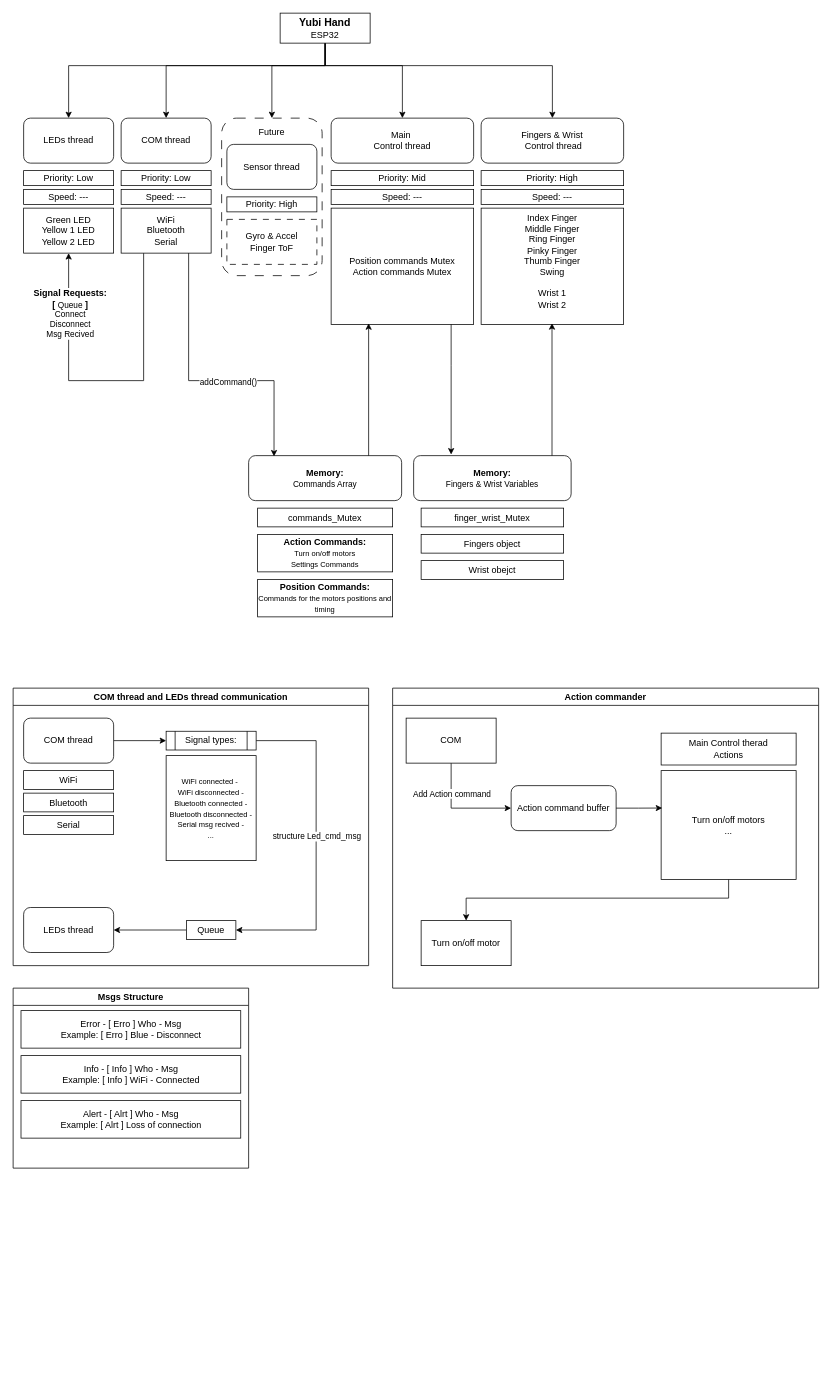
BranislavKapusta/Yubi_Hand keeps this draw.io diagram as RTOS_Design.drawio. Above is the earlier version. Source tidied: cells renumbered, new cells numbered last; positions are measured from the earlier drawing's top-left corner, leaving out a move shared by most shapes. Both pictures are drawn from the tidied source at 75%, with x=0, y=0 at pixel (13, 13).
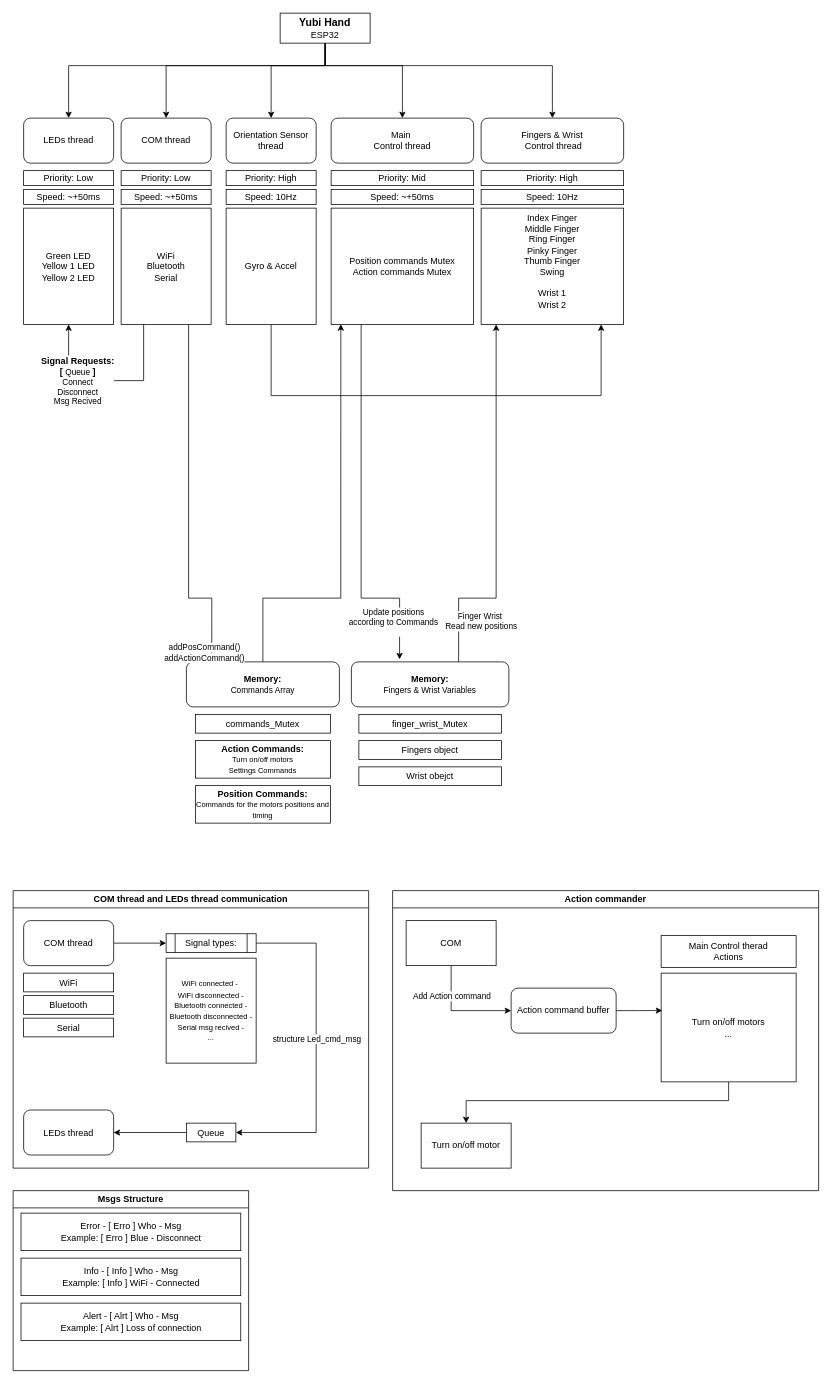
The same diagram, later.

The change refers to these unchanged cells:
```xml
<mxCell id="7" value="&lt;b&gt;&lt;font style=&quot;font-size: 14px; color: light-dark(rgb(0, 0, 0), rgb(255, 0, 0));&quot;&gt;Yubi Hand&lt;/font&gt;&lt;/b&gt;&lt;div&gt;ESP32&lt;/div&gt;" style="rounded=0;whiteSpace=wrap;html=1;" parent="1" vertex="1">
  <mxGeometry x="356" width="120" height="40" as="geometry" />
</mxCell>
<mxCell id="16" style="edgeStyle=orthogonalEdgeStyle;rounded=0;jettySize=auto;html=1;entryX=0.5;entryY=1;entryDx=0;entryDy=0;defaultLabelBackgroundColor=page;" parent="1" edge="1" source="18" target="19">
  <mxGeometry x="0.13" relative="1" as="geometry">
    <Array as="points">
      <mxPoint x="174" y="490" />
      <mxPoint x="74" y="490" />
    </Array>
  </mxGeometry>
</mxCell>
<mxCell id="24" value="Index Finger&lt;div&gt;Middle Finger&lt;/div&gt;&lt;div&gt;Ring Finger&lt;/div&gt;&lt;div&gt;Pinky Finger&lt;/div&gt;&lt;div&gt;Thumb Finger&lt;/div&gt;&lt;div&gt;Swing&lt;/div&gt;&lt;div&gt;&lt;br&gt;&lt;/div&gt;&lt;div&gt;Wrist 1&lt;/div&gt;&lt;div&gt;Wrist 2&lt;br&gt;&lt;div&gt;&lt;br&gt;&lt;/div&gt;&lt;/div&gt;" style="whiteSpace=wrap;html=1;" parent="1" vertex="1">
  <mxGeometry x="624" y="260" width="190" height="155" as="geometry" />
</mxCell>
<mxCell id="27" value="Position commands Mutex&lt;div&gt;Action commands Mutex&lt;/div&gt;" style="whiteSpace=wrap;html=1;" parent="1" vertex="1">
  <mxGeometry x="424" y="260" width="190" height="155" as="geometry" />
</mxCell>
```

Diff of the diagram source:
```diff
@@
-    <mxCell id="4" style="edgeStyle=orthogonalEdgeStyle;rounded=0;jettySize=auto;html=1;entryX=0.5;entryY=0;entryDx=0;entryDy=0;defaultLabelBackgroundColor=page;" parent="1" edge="1" source="7" target="20">
-      <mxGeometry relative="1" as="geometry">
-        <Array as="points">
-          <mxPoint x="416" y="70" />
-          <mxPoint x="345" y="70" />
-        </Array>
-      </mxGeometry>
-    </mxCell>
@@
+    <mxCell id="70" style="edgeStyle=orthogonalEdgeStyle;rounded=0;jettySize=auto;html=1;defaultLabelBackgroundColor=page;" parent="1" edge="1" source="7" target="21">
+      <mxGeometry relative="1" as="geometry">
+        <Array as="points">
+          <mxPoint x="416" y="70" />
+          <mxPoint x="344" y="70" />
+        </Array>
+      </mxGeometry>
+    </mxCell>
@@
     <mxCell id="17" value="&lt;b&gt;&lt;font style=&quot;font-size: 12px;&quot;&gt;Signal Requests:&lt;/font&gt;&lt;/b&gt;&lt;div&gt;&lt;span style=&quot;font-size: 12px;&quot;&gt;&lt;b&gt;[&amp;nbsp;&lt;/b&gt;&lt;/span&gt;&lt;span style=&quot;background-color: transparent; color: light-dark(#000000, var(--ge-light-color, #ffffff));&quot;&gt;Queue&lt;/span&gt;&lt;b style=&quot;font-size: 12px; background-color: transparent; color: light-dark(#000000, var(--ge-light-color, #ffffff));&quot;&gt;&amp;nbsp;]&lt;/b&gt;&lt;/div&gt;&lt;div&gt;&lt;div&gt;Connect&lt;/div&gt;&lt;div&gt;Disconnect&lt;/div&gt;&lt;div&gt;Msg Recived&lt;/div&gt;&lt;/div&gt;" style="edgeLabel;html=1;align=center;verticalAlign=middle;inheritText=1;defaultLabelBackgroundColor=page;" parent="16" vertex="1">
       <mxGeometry x="-0.04" y="-2" relative="1" as="geometry">
-        <mxPoint x="-58" y="-88" as="offset" />
+        <mxPoint x="-44" y="2" as="offset" />
       </mxGeometry>
     </mxCell>
     <mxCell id="18" value="WiFi&lt;div&gt;Bluetooth&lt;/div&gt;&lt;div&gt;Serial&lt;/div&gt;" style="rounded=0;whiteSpace=wrap;html=1;" parent="1" vertex="1">
-      <mxGeometry x="144" y="260" width="120" height="60" as="geometry" />
+      <mxGeometry x="144" y="260" width="120" height="155" as="geometry" />
     </mxCell>
     <mxCell id="19" value="Green LED&lt;div&gt;Yellow 1 LED&lt;/div&gt;&lt;div&gt;Yellow 2 LED&lt;/div&gt;" style="rounded=0;whiteSpace=wrap;html=1;" parent="1" vertex="1">
-      <mxGeometry x="14" y="260" width="120" height="60" as="geometry" />
+      <mxGeometry x="14" y="260" width="120" height="155" as="geometry" />
     </mxCell>
-    <mxCell id="20" value="Future&lt;div&gt;&lt;br&gt;&lt;/div&gt;&lt;div&gt;&lt;br&gt;&lt;/div&gt;&lt;div&gt;&lt;br&gt;&lt;/div&gt;&lt;div&gt;&lt;br&gt;&lt;/div&gt;&lt;div&gt;&lt;br&gt;&lt;/div&gt;&lt;div&gt;&lt;br&gt;&lt;/div&gt;&lt;div&gt;&lt;br&gt;&lt;/div&gt;&lt;div&gt;&lt;br&gt;&lt;/div&gt;&lt;div&gt;&lt;br&gt;&lt;/div&gt;&lt;div&gt;&lt;br&gt;&lt;/div&gt;&lt;div&gt;&lt;br&gt;&lt;/div&gt;&lt;div&gt;&lt;br&gt;&lt;/div&gt;" style="rounded=1;whiteSpace=wrap;html=1;roundedPerimeter=1;dashed=1;dashPattern=12 12;fillColor=light-dark(#FFFFFF,#003333);" parent="1" vertex="1">
-      <mxGeometry x="278" y="140" width="134" height="210" as="geometry" />
-    </mxCell>
-    <mxCell id="21" value="Sensor thread" style="rounded=1;whiteSpace=wrap;html=1;" parent="1" vertex="1">
-      <mxGeometry x="285" y="175" width="120" height="60" as="geometry" />
+    <mxCell id="21" value="Orientation Sensor thread" style="rounded=1;whiteSpace=wrap;html=1;" parent="1" vertex="1">
+      <mxGeometry x="284" y="140" width="120" height="60" as="geometry" />
     </mxCell>
     <mxCell id="22" value="Priority: High" style="rounded=0;whiteSpace=wrap;html=1;fillColor=light-dark(#FFFFFF,#660000);" parent="1" vertex="1">
-      <mxGeometry x="285" y="245" width="120" height="20" as="geometry" />
+      <mxGeometry x="284" y="210" width="120" height="20" as="geometry" />
     </mxCell>
-    <mxCell id="23" value="Gyro &amp;amp; Accel&lt;div&gt;Finger ToF&lt;/div&gt;" style="whiteSpace=wrap;html=1;dashed=1;dashPattern=8 8;" parent="1" vertex="1">
-      <mxGeometry x="285" y="275" width="120" height="60" as="geometry" />
-    </mxCell>
@@
     <mxCell id="25" value="&lt;b style=&quot;color: light-dark(rgb(0, 0, 0), rgb(178, 102, 255));&quot;&gt;Memory:&lt;/b&gt;&lt;div&gt;&lt;font style=&quot;font-size: 11px;&quot;&gt;Commands Array&lt;/font&gt;&lt;/div&gt;" style="rounded=1;whiteSpace=wrap;html=1;" parent="1" vertex="1">
-      <mxGeometry x="314" y="590" width="204" height="60" as="geometry" />
+      <mxGeometry x="231" y="865" width="204" height="60" as="geometry" />
     </mxCell>
+    <mxCell id="71" style="edgeStyle=orthogonalEdgeStyle;rounded=0;jettySize=auto;html=1;defaultLabelBackgroundColor=page;" parent="1" edge="1" source="26" target="24">
+      <mxGeometry x="0.08" relative="1" as="geometry">
+        <Array as="points">
+          <mxPoint x="594" y="780" />
+          <mxPoint x="644" y="780" />
+        </Array>
+      </mxGeometry>
+    </mxCell>
+    <mxCell id="72" value="Finger Wrist&amp;nbsp;&lt;div&gt;Read new positions&lt;/div&gt;" style="edgeLabel;html=1;align=center;verticalAlign=middle;inheritText=1;defaultLabelBackgroundColor=page;" parent="71" vertex="1">
+      <mxGeometry x="-0.54" y="-4" relative="1" as="geometry">
+        <mxPoint x="-1" y="26" as="offset" />
+      </mxGeometry>
+    </mxCell>
     <mxCell id="26" value="&lt;b style=&quot;color: light-dark(rgb(0, 0, 0), rgb(178, 102, 255));&quot;&gt;Memory:&lt;/b&gt;&lt;div&gt;&lt;font style=&quot;font-size: 11px;&quot;&gt;Fingers &amp;amp; Wrist Variables&lt;/font&gt;&lt;/div&gt;" style="rounded=1;whiteSpace=wrap;html=1;" parent="1" vertex="1">
-      <mxGeometry x="534" y="590" width="210" height="60" as="geometry" />
+      <mxGeometry x="451" y="865" width="210" height="60" as="geometry" />
     </mxCell>
@@
-    <mxCell id="28" value="Speed&lt;span style=&quot;background-color: transparent; color: light-dark(#000000, var(--ge-light-color, #ffffff));&quot;&gt;: ---&lt;/span&gt;" style="rounded=0;whiteSpace=wrap;html=1;fillColor=light-dark(#FFFFFF,#660066);" parent="1" vertex="1">
+    <mxCell id="28" value="Speed&lt;span style=&quot;background-color: transparent; color: light-dark(#000000, var(--ge-light-color, #ffffff));&quot;&gt;: ~+50ms&lt;/span&gt;" style="rounded=0;whiteSpace=wrap;html=1;fillColor=light-dark(#FFFFFF,#660066);" parent="1" vertex="1">
       <mxGeometry x="14" y="235" width="120" height="20" as="geometry" />
     </mxCell>
-    <mxCell id="29" value="Speed&lt;span style=&quot;background-color: transparent; color: light-dark(#000000, var(--ge-light-color, #ffffff));&quot;&gt;: ---&lt;/span&gt;" style="rounded=0;whiteSpace=wrap;html=1;fillColor=light-dark(#FFFFFF,#660066);" parent="1" vertex="1">
+    <mxCell id="29" value="Speed&lt;span style=&quot;background-color: transparent; color: light-dark(#000000, var(--ge-light-color, #ffffff));&quot;&gt;: ~+50ms&lt;/span&gt;" style="rounded=0;whiteSpace=wrap;html=1;fillColor=light-dark(#FFFFFF,#660066);" parent="1" vertex="1">
       <mxGeometry x="144" y="235" width="120" height="20" as="geometry" />
     </mxCell>
-    <mxCell id="30" value="Speed&lt;span style=&quot;background-color: transparent; color: light-dark(#000000, var(--ge-light-color, #ffffff));&quot;&gt;: ---&lt;/span&gt;" style="rounded=0;whiteSpace=wrap;html=1;fillColor=light-dark(#FFFFFF,#660066);" parent="1" vertex="1">
+    <mxCell id="30" value="Speed&lt;span style=&quot;background-color: transparent; color: light-dark(#000000, var(--ge-light-color, #ffffff));&quot;&gt;:&amp;nbsp;&lt;/span&gt;~+50ms" style="rounded=0;whiteSpace=wrap;html=1;fillColor=light-dark(#FFFFFF,#660066);" parent="1" vertex="1">
       <mxGeometry x="424" y="235" width="190" height="20" as="geometry" />
     </mxCell>
-    <mxCell id="31" value="Speed&lt;span style=&quot;background-color: transparent; color: light-dark(#000000, var(--ge-light-color, #ffffff));&quot;&gt;: ---&lt;/span&gt;" style="rounded=0;whiteSpace=wrap;html=1;fillColor=light-dark(#FFFFFF,#660066);" parent="1" vertex="1">
+    <mxCell id="31" value="Speed&lt;span style=&quot;background-color: transparent; color: light-dark(#000000, var(--ge-light-color, #ffffff));&quot;&gt;: 10Hz&lt;/span&gt;" style="rounded=0;whiteSpace=wrap;html=1;fillColor=light-dark(#FFFFFF,#660066);" parent="1" vertex="1">
       <mxGeometry x="624" y="235" width="190" height="20" as="geometry" />
     </mxCell>
-    <mxCell id="32" style="edgeStyle=orthogonalEdgeStyle;rounded=0;orthogonalLoop=1;jettySize=auto;html=1;entryX=0.173;entryY=-0.025;entryDx=0;entryDy=0;entryPerimeter=0;defaultLabelBackgroundColor=page;" parent="1" edge="1">
-      <mxGeometry relative="1" as="geometry">
-        <mxPoint x="584" y="415" as="sourcePoint" />
-        <mxPoint x="584" y="588.5" as="targetPoint" />
-        <Array as="points">
-          <mxPoint x="584" y="470" />
-          <mxPoint x="584" y="470" />
-        </Array>
-      </mxGeometry>
-    </mxCell>
-    <mxCell id="33" style="edgeStyle=orthogonalEdgeStyle;rounded=0;orthogonalLoop=1;jettySize=auto;html=1;entryX=0.209;entryY=0.99;entryDx=0;entryDy=0;entryPerimeter=0;defaultLabelBackgroundColor=page;" parent="1" edge="1">
-      <mxGeometry relative="1" as="geometry">
-        <mxPoint x="718.5" y="590" as="sourcePoint" />
-        <mxPoint x="718.5" y="413.5" as="targetPoint" />
-        <Array as="points">
-          <mxPoint x="718.8" y="502.5" />
-        </Array>
-      </mxGeometry>
-    </mxCell>
-    <mxCell id="34" style="edgeStyle=orthogonalEdgeStyle;rounded=0;orthogonalLoop=1;jettySize=auto;html=1;entryX=0.162;entryY=0.991;entryDx=0;entryDy=0;entryPerimeter=0;defaultLabelBackgroundColor=page;" parent="1" edge="1">
-      <mxGeometry relative="1" as="geometry">
-        <mxPoint x="474" y="590" as="sourcePoint" />
-        <mxPoint x="474" y="413.6" as="targetPoint" />
-        <Array as="points">
-          <mxPoint x="473.2" y="502.5" />
-        </Array>
-      </mxGeometry>
-    </mxCell>
     <mxCell id="35" style="edgeStyle=orthogonalEdgeStyle;rounded=0;jettySize=auto;html=1;entryX=0.166;entryY=0.018;entryDx=0;entryDy=0;entryPerimeter=0;defaultLabelBackgroundColor=page;" parent="1" edge="1" source="18" target="25">
       <mxGeometry relative="1" as="geometry">
         <Array as="points">
-          <mxPoint x="234" y="490" />
-          <mxPoint x="347.9" y="490" />
+          <mxPoint x="234" y="780" />
+          <mxPoint x="264.9" y="780" />
         </Array>
       </mxGeometry>
     </mxCell>
-    <mxCell id="36" value="addCommand()" style="edgeLabel;html=1;align=center;verticalAlign=middle;inheritText=1;defaultLabelBackgroundColor=page;" parent="35" vertex="1">
+    <mxCell id="36" value="addPosCommand()" style="edgeLabel;html=1;align=center;verticalAlign=middle;inheritText=1;defaultLabelBackgroundColor=page;" parent="35" vertex="1">
       <mxGeometry x="0.08" y="-1" relative="1" as="geometry">
-        <mxPoint x="14" as="offset" />
+        <mxPoint x="21" y="170" as="offset" />
       </mxGeometry>
     </mxCell>
+    <mxCell id="73" value="addActionCommand()" style="edgeLabel;html=1;align=center;verticalAlign=middle;inheritText=1;defaultLabelBackgroundColor=page;" parent="35" vertex="1">
+      <mxGeometry x="0.15" y="-1" relative="1" as="geometry">
+        <mxPoint x="21" y="167" as="offset" />
+      </mxGeometry>
+    </mxCell>
     <mxCell id="37" value="&lt;b&gt;Action Commands:&lt;/b&gt;&lt;div&gt;&lt;font style=&quot;font-size: 10px;&quot;&gt;Turn on/off motors&lt;/font&gt;&lt;/div&gt;&lt;div&gt;&lt;font style=&quot;font-size: 10px;&quot;&gt;Settings Commands&lt;/font&gt;&lt;/div&gt;" style="rounded=0;whiteSpace=wrap;html=1;fillColor=light-dark(#FFFFFF,#330033);" parent="1" vertex="1">
-      <mxGeometry x="326" y="695" width="180" height="50" as="geometry" />
+      <mxGeometry x="243" y="970" width="180" height="50" as="geometry" />
     </mxCell>
     <mxCell id="38" value="&lt;b&gt;Position Commands:&lt;/b&gt;&lt;div&gt;&lt;font style=&quot;font-size: 10px;&quot;&gt;Commands for the motors positions and timing&lt;/font&gt;&lt;/div&gt;" style="rounded=0;whiteSpace=wrap;html=1;fillColor=light-dark(#FFFFFF,#330033);" parent="1" vertex="1">
-      <mxGeometry x="326" y="755" width="180" height="50" as="geometry" />
+      <mxGeometry x="243" y="1030" width="180" height="50" as="geometry" />
     </mxCell>
     <mxCell id="39" value="Fingers object" style="whiteSpace=wrap;html=1;fillColor=light-dark(#FFFFFF,#330033);" parent="1" vertex="1">
-      <mxGeometry x="544" y="695" width="190" height="25" as="geometry" />
+      <mxGeometry x="461" y="970" width="190" height="25" as="geometry" />
     </mxCell>
     <mxCell id="40" value="Wrist obejct" style="whiteSpace=wrap;html=1;fillColor=light-dark(#FFFFFF,#330033);" parent="1" vertex="1">
-      <mxGeometry x="544" y="730" width="190" height="25" as="geometry" />
+      <mxGeometry x="461" y="1005" width="190" height="25" as="geometry" />
     </mxCell>
     <mxCell id="41" value="COM thread and LEDs thread communication" style="swimlane;whiteSpace=wrap;html=1;" parent="1" vertex="1">
-      <mxGeometry y="900" width="474" height="370" as="geometry" />
+      <mxGeometry y="1170" width="474" height="370" as="geometry" />
     </mxCell>
@@
     <mxCell id="54" value="Msgs Structure" style="swimlane;whiteSpace=wrap;html=1;" parent="1" vertex="1">
-      <mxGeometry y="1300" width="314" height="240" as="geometry" />
+      <mxGeometry y="1570" width="314" height="240" as="geometry" />
     </mxCell>
@@
     <mxCell id="58" value="commands_Mutex" style="whiteSpace=wrap;html=1;fillColor=light-dark(#FFFFFF,#660000);" parent="1" vertex="1">
-      <mxGeometry x="326" y="660" width="180" height="25" as="geometry" />
+      <mxGeometry x="243" y="935" width="180" height="25" as="geometry" />
     </mxCell>
     <mxCell id="59" value="finger_wrist_Mutex" style="whiteSpace=wrap;html=1;fillColor=light-dark(#FFFFFF,#660000);" parent="1" vertex="1">
-      <mxGeometry x="544" y="660" width="190" height="25" as="geometry" />
+      <mxGeometry x="461" y="935" width="190" height="25" as="geometry" />
     </mxCell>
     <mxCell id="60" value="Action commander" style="swimlane;whiteSpace=wrap;html=1;startSize=23;" parent="1" vertex="1">
-      <mxGeometry x="506" y="900" width="568" height="400" as="geometry" />
+      <mxGeometry x="506" y="1170" width="568" height="400" as="geometry" />
     </mxCell>
@@
+    <mxCell id="74" style="edgeStyle=orthogonalEdgeStyle;rounded=0;jettySize=auto;html=1;defaultLabelBackgroundColor=page;" parent="1" edge="1" source="75" target="24">
+      <mxGeometry x="-0.1" relative="1" as="geometry">
+        <Array as="points">
+          <mxPoint x="344" y="510" />
+          <mxPoint x="784" y="510" />
+        </Array>
+      </mxGeometry>
+    </mxCell>
+    <mxCell id="75" value="Gyro &amp;amp; Accel" style="rounded=0;whiteSpace=wrap;html=1;" parent="1" vertex="1">
+      <mxGeometry x="284" y="260" width="120" height="155" as="geometry" />
+    </mxCell>
+    <mxCell id="76" value="Speed&lt;span style=&quot;background-color: transparent; color: light-dark(#000000, var(--ge-light-color, #ffffff));&quot;&gt;: 10Hz&lt;/span&gt;" style="rounded=0;whiteSpace=wrap;html=1;fillColor=light-dark(#FFFFFF,#660066);" parent="1" vertex="1">
+      <mxGeometry x="284" y="235" width="120" height="20" as="geometry" />
+    </mxCell>
+    <mxCell id="77" style="edgeStyle=orthogonalEdgeStyle;rounded=0;jettySize=auto;html=1;entryX=0.068;entryY=0.999;entryDx=0;entryDy=0;entryPerimeter=0;defaultLabelBackgroundColor=page;" parent="1" edge="1" source="25" target="27">
+      <mxGeometry relative="1" as="geometry">
+        <Array as="points">
+          <mxPoint x="333" y="780" />
+          <mxPoint x="436.9" y="780" />
+        </Array>
+      </mxGeometry>
+    </mxCell>
+    <mxCell id="78" style="edgeStyle=orthogonalEdgeStyle;rounded=0;jettySize=auto;html=1;entryX=0.306;entryY=-0.058;entryDx=0;entryDy=0;entryPerimeter=0;defaultLabelBackgroundColor=page;" parent="1" edge="1" source="27" target="26">
+      <mxGeometry relative="1" as="geometry">
+        <Array as="points">
+          <mxPoint x="464" y="780" />
+          <mxPoint x="515.3" y="780" />
+        </Array>
+      </mxGeometry>
+    </mxCell>
+    <mxCell id="79" value="Update positions&lt;br&gt;according to Commands&lt;div&gt;&lt;br&gt;&lt;/div&gt;" style="edgeLabel;html=1;align=center;verticalAlign=middle;inheritText=1;defaultLabelBackgroundColor=page;" parent="78" vertex="1">
+      <mxGeometry x="0.18" y="2" relative="1" as="geometry">
+        <mxPoint x="40" y="102" as="offset" />
+      </mxGeometry>
+    </mxCell>
```
